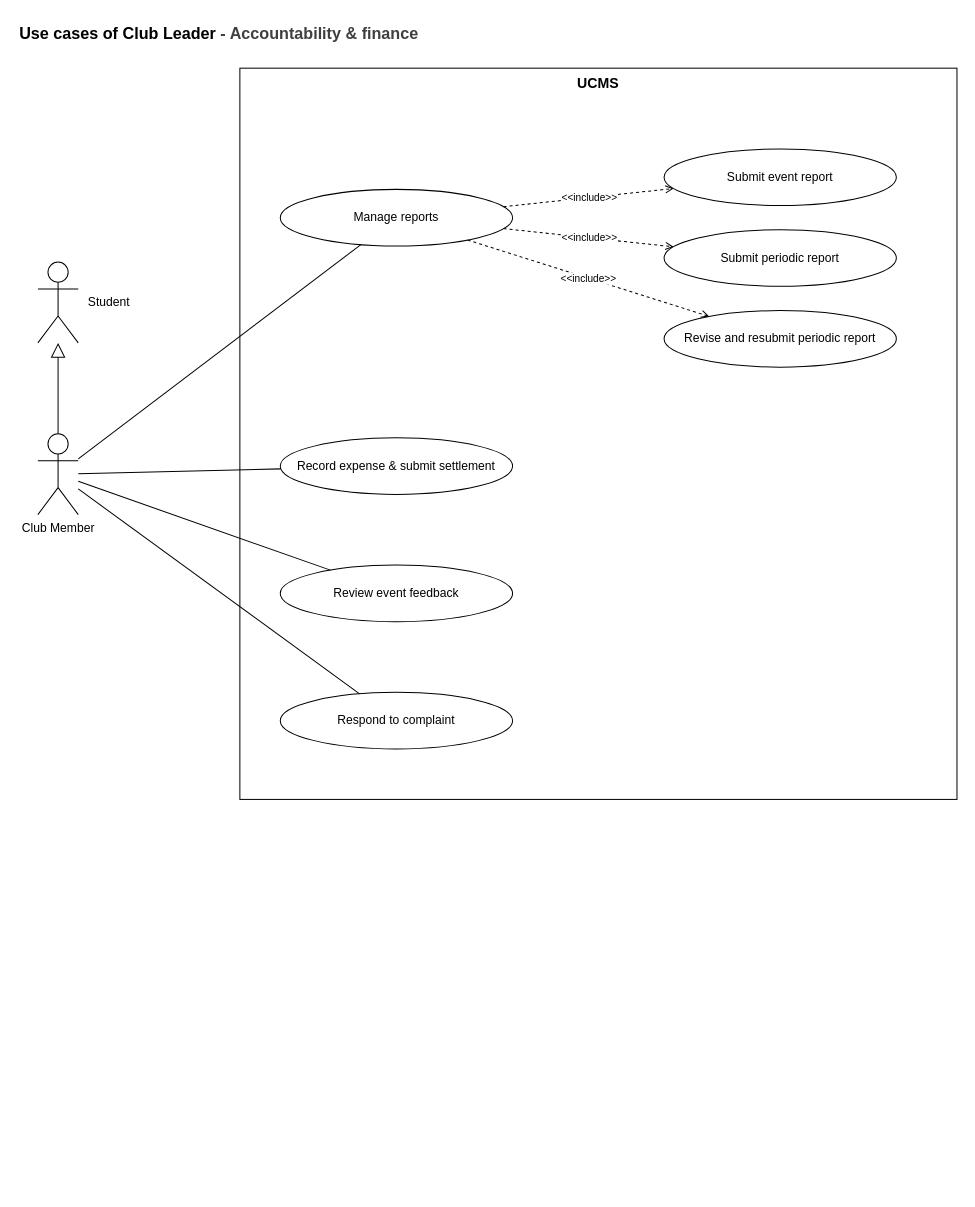
Before: page "Club Leader - Events, bookings & finance" (6 of 9) of docs/03-diagrams/UCMS_UseCase_ByActor.drawio in nvdekay/ClubManagementSystem, a draw.io diagram. Source tidied: cells renumbered, new cells numbered last; positions are measured from the earlier drawing's top-left corner, leaving out a move shared by most shapes. Both pictures are drawn from the tidied source at 101%, with x=0, y=0 at pixel (17, 17).
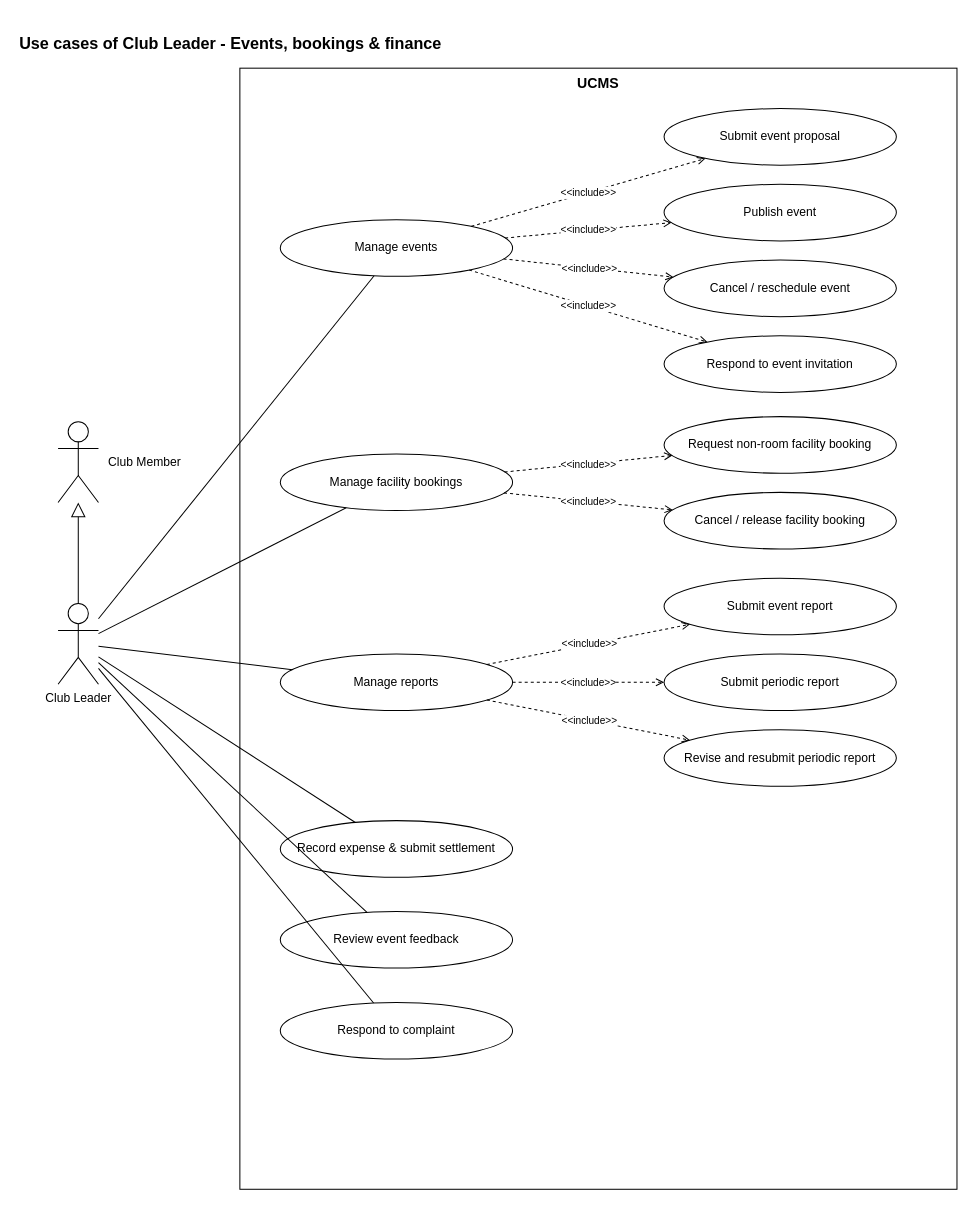
The same diagram, later.

Commit message:
fix(diagrams): update use case diagrams for clarity and consistency

Diff of the diagram source:
```diff
@@
-    <mxCell id="2" value="Use cases of Club Leader&amp;nbsp;&lt;span style=&quot;color: rgb(63, 63, 63); background-color: transparent;&quot;&gt;- Accountability &amp;amp; finance&lt;/span&gt;" style="text;html=1;fontStyle=1;fontSize=16;align=left;" parent="1" vertex="1">
-      <mxGeometry width="900" height="30" as="geometry" />
+    <mxCell id="2" value="Use cases of Club Leader - Events, bookings &amp;amp; finance" style="text;html=1;fontStyle=1;fontSize=16;align=left;" parent="1" vertex="1">
+      <mxGeometry y="10" width="900" height="30" as="geometry" />
     </mxCell>
     <mxCell id="3" value="UCMS" style="rounded=0;whiteSpace=wrap;html=1;fillColor=none;strokeColor=#000000;verticalAlign=top;fontStyle=1;fontSize=14;" parent="1" vertex="1">
-      <mxGeometry x="220" y="50" width="710" height="724" as="geometry" />
+      <mxGeometry x="220" y="50" width="710" height="1110" as="geometry" />
     </mxCell>
-    <mxCell id="4" value="Club Member" style="shape=umlActor;verticalLabelPosition=bottom;verticalAlign=top;html=1;outlineConnect=0;fillColor=#ffffff;strokeColor=#000000;" parent="1" vertex="1">
-      <mxGeometry x="20" y="412" width="40" height="80" as="geometry" />
+    <mxCell id="4" value="Club Leader" style="shape=umlActor;verticalLabelPosition=bottom;verticalAlign=top;html=1;outlineConnect=0;fillColor=#ffffff;strokeColor=#000000;" parent="1" vertex="1">
+      <mxGeometry x="40" y="580" width="40" height="80" as="geometry" />
     </mxCell>
-    <mxCell id="5" value="Student" style="shape=umlActor;verticalLabelPosition=middle;verticalAlign=middle;labelPosition=right;align=left;spacingLeft=8;html=1;outlineConnect=0;fillColor=#ffffff;strokeColor=#000000;fontSize=12;" parent="1" vertex="1">
-      <mxGeometry x="20" y="242" width="40" height="80" as="geometry" />
+    <mxCell id="5" value="Club Member" style="shape=umlActor;verticalLabelPosition=middle;verticalAlign=middle;labelPosition=right;align=left;spacingLeft=8;html=1;outlineConnect=0;fillColor=#ffffff;strokeColor=#000000;fontSize=12;" parent="1" vertex="1">
+      <mxGeometry x="40" y="400" width="40" height="80" as="geometry" />
     </mxCell>
@@
+    <mxCell id="21" value="Manage events" style="ellipse;whiteSpace=wrap;html=1;fillColor=#ffffff;strokeColor=#000000;fontSize=12;" parent="1" vertex="1">
+      <mxGeometry x="260" y="200" width="230" height="56" as="geometry" />
+    </mxCell>
+    <mxCell id="22" style="endArrow=none;html=1;strokeColor=#000000;" parent="1" edge="1" source="4" target="21">
+      <mxGeometry relative="1" as="geometry" />
+    </mxCell>
+    <mxCell id="23" value="Submit event proposal" style="ellipse;whiteSpace=wrap;html=1;fillColor=#ffffff;strokeColor=#000000;fontSize=12;" parent="1" vertex="1">
+      <mxGeometry x="640" y="90" width="230" height="56" as="geometry" />
+    </mxCell>
+    <mxCell id="24" value="&amp;lt;&amp;lt;include&amp;gt;&amp;gt;" style="endArrow=open;dashed=1;html=1;strokeColor=#000000;fontSize=10;labelBackgroundColor=#ffffff;" parent="1" edge="1" source="21" target="23">
+      <mxGeometry relative="1" as="geometry" />
+    </mxCell>
+    <mxCell id="25" value="Publish event" style="ellipse;whiteSpace=wrap;html=1;fillColor=#ffffff;strokeColor=#000000;fontSize=12;" parent="1" vertex="1">
+      <mxGeometry x="640" y="165" width="230" height="56" as="geometry" />
+    </mxCell>
+    <mxCell id="26" value="&amp;lt;&amp;lt;include&amp;gt;&amp;gt;" style="endArrow=open;dashed=1;html=1;strokeColor=#000000;fontSize=10;labelBackgroundColor=#ffffff;" parent="1" edge="1" source="21" target="25">
+      <mxGeometry relative="1" as="geometry" />
+    </mxCell>
+    <mxCell id="27" value="Cancel / reschedule event" style="ellipse;whiteSpace=wrap;html=1;fillColor=#ffffff;strokeColor=#000000;fontSize=12;" parent="1" vertex="1">
+      <mxGeometry x="640" y="240" width="230" height="56" as="geometry" />
+    </mxCell>
+    <mxCell id="28" value="&amp;lt;&amp;lt;include&amp;gt;&amp;gt;" style="endArrow=open;dashed=1;html=1;strokeColor=#000000;fontSize=10;labelBackgroundColor=#ffffff;" parent="1" edge="1" source="21" target="27">
+      <mxGeometry relative="1" as="geometry" />
+    </mxCell>
+    <mxCell id="29" value="Respond to event invitation" style="ellipse;whiteSpace=wrap;html=1;fillColor=#ffffff;strokeColor=#000000;fontSize=12;" parent="1" vertex="1">
+      <mxGeometry x="640" y="315" width="230" height="56" as="geometry" />
+    </mxCell>
+    <mxCell id="30" value="&amp;lt;&amp;lt;include&amp;gt;&amp;gt;" style="endArrow=open;dashed=1;html=1;strokeColor=#000000;fontSize=10;labelBackgroundColor=#ffffff;" parent="1" edge="1" source="21" target="29">
+      <mxGeometry relative="1" as="geometry" />
+    </mxCell>
+    <mxCell id="31" value="Manage facility bookings" style="ellipse;whiteSpace=wrap;html=1;fillColor=#ffffff;strokeColor=#000000;fontSize=12;" parent="1" vertex="1">
+      <mxGeometry x="260" y="432" width="230" height="56" as="geometry" />
+    </mxCell>
+    <mxCell id="32" style="endArrow=none;html=1;strokeColor=#000000;" parent="1" edge="1" source="4" target="31">
+      <mxGeometry relative="1" as="geometry" />
+    </mxCell>
+    <mxCell id="33" value="Request non-room facility booking" style="ellipse;whiteSpace=wrap;html=1;fillColor=#ffffff;strokeColor=#000000;fontSize=12;" parent="1" vertex="1">
+      <mxGeometry x="640" y="395" width="230" height="56" as="geometry" />
+    </mxCell>
+    <mxCell id="34" value="&amp;lt;&amp;lt;include&amp;gt;&amp;gt;" style="endArrow=open;dashed=1;html=1;strokeColor=#000000;fontSize=10;labelBackgroundColor=#ffffff;" parent="1" edge="1" source="31" target="33">
+      <mxGeometry relative="1" as="geometry" />
+    </mxCell>
+    <mxCell id="35" value="Cancel / release facility booking" style="ellipse;whiteSpace=wrap;html=1;fillColor=#ffffff;strokeColor=#000000;fontSize=12;" parent="1" vertex="1">
+      <mxGeometry x="640" y="470" width="230" height="56" as="geometry" />
+    </mxCell>
+    <mxCell id="36" value="&amp;lt;&amp;lt;include&amp;gt;&amp;gt;" style="endArrow=open;dashed=1;html=1;strokeColor=#000000;fontSize=10;labelBackgroundColor=#ffffff;" parent="1" edge="1" source="31" target="35">
+      <mxGeometry relative="1" as="geometry" />
+    </mxCell>
     <mxCell id="7" value="Manage reports" style="ellipse;whiteSpace=wrap;html=1;fillColor=#ffffff;strokeColor=#000000;fontSize=12;" parent="1" vertex="1">
-      <mxGeometry x="260" y="170" width="230" height="56" as="geometry" />
+      <mxGeometry x="260" y="630" width="230" height="56" as="geometry" />
     </mxCell>
@@
     <mxCell id="9" value="Submit event report" style="ellipse;whiteSpace=wrap;html=1;fillColor=#ffffff;strokeColor=#000000;fontSize=12;" parent="1" vertex="1">
-      <mxGeometry x="640" y="130" width="230" height="56" as="geometry" />
+      <mxGeometry x="640" y="555" width="230" height="56" as="geometry" />
     </mxCell>
@@
     <mxCell id="11" value="Submit periodic report" style="ellipse;whiteSpace=wrap;html=1;fillColor=#ffffff;strokeColor=#000000;fontSize=12;" parent="1" vertex="1">
-      <mxGeometry x="640" y="210" width="230" height="56" as="geometry" />
+      <mxGeometry x="640" y="630" width="230" height="56" as="geometry" />
     </mxCell>
@@
+    <mxCell id="19" value="Revise and resubmit periodic report" style="ellipse;whiteSpace=wrap;html=1;fillColor=#ffffff;strokeColor=#000000;fontSize=12;" parent="1" vertex="1">
+      <mxGeometry x="640" y="705" width="230" height="56" as="geometry" />
+    </mxCell>
+    <mxCell id="20" value="&amp;lt;&amp;lt;include&amp;gt;&amp;gt;" style="endArrow=open;dashed=1;html=1;strokeColor=#000000;fontSize=10;labelBackgroundColor=#ffffff;" parent="1" edge="1" source="7" target="19">
+      <mxGeometry relative="1" as="geometry" />
+    </mxCell>
     <mxCell id="13" value="Record expense &amp; submit settlement" style="ellipse;whiteSpace=wrap;html=1;fillColor=#ffffff;strokeColor=#000000;fontSize=12;" parent="1" vertex="1">
-      <mxGeometry x="260" y="416" width="230" height="56" as="geometry" />
+      <mxGeometry x="260" y="795" width="230" height="56" as="geometry" />
     </mxCell>
@@
     <mxCell id="15" value="Review event feedback" style="ellipse;whiteSpace=wrap;html=1;fillColor=#ffffff;strokeColor=#000000;fontSize=12;" parent="1" vertex="1">
-      <mxGeometry x="260" y="542" width="230" height="56" as="geometry" />
+      <mxGeometry x="260" y="885" width="230" height="56" as="geometry" />
     </mxCell>
@@
     <mxCell id="17" value="Respond to complaint" style="ellipse;whiteSpace=wrap;html=1;fillColor=#ffffff;strokeColor=#000000;fontSize=12;" parent="1" vertex="1">
-      <mxGeometry x="260" y="668" width="230" height="56" as="geometry" />
+      <mxGeometry x="260" y="975" width="230" height="56" as="geometry" />
     </mxCell>
@@
-    <mxCell id="19" value="Revise and resubmit periodic report" style="ellipse;whiteSpace=wrap;html=1;fillColor=#ffffff;strokeColor=#000000;fontSize=12;" parent="1" vertex="1">
-      <mxGeometry x="640" y="290" width="230" height="56" as="geometry" />
-    </mxCell>
-    <mxCell id="20" value="&amp;lt;&amp;lt;include&amp;gt;&amp;gt;" style="endArrow=open;dashed=1;html=1;strokeColor=#000000;fontSize=10;labelBackgroundColor=#ffffff;" parent="1" edge="1" source="7" target="19">
-      <mxGeometry relative="1" as="geometry" />
-    </mxCell>
```
